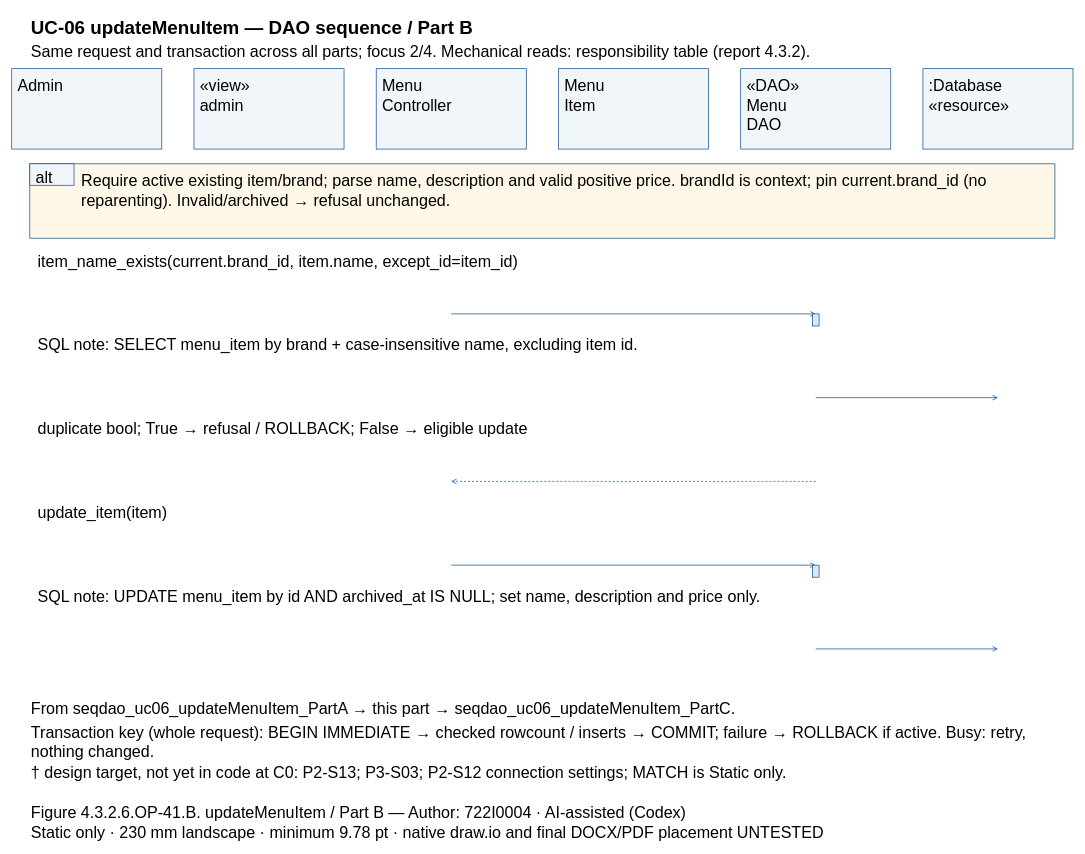
This is models/UC-06/seqdao_uc06_updateMenuItem_PartB.drawio from Dat071104/SaigonBite, a draw.io file, before an edit. Source tidied: cells renumbered, new cells numbered last; positions are measured from the earlier drawing's top-left corner, leaving out a move shared by most shapes. Both pictures are drawn from the tidied source at 67%, with x=0, y=0 at pixel (11, 11).
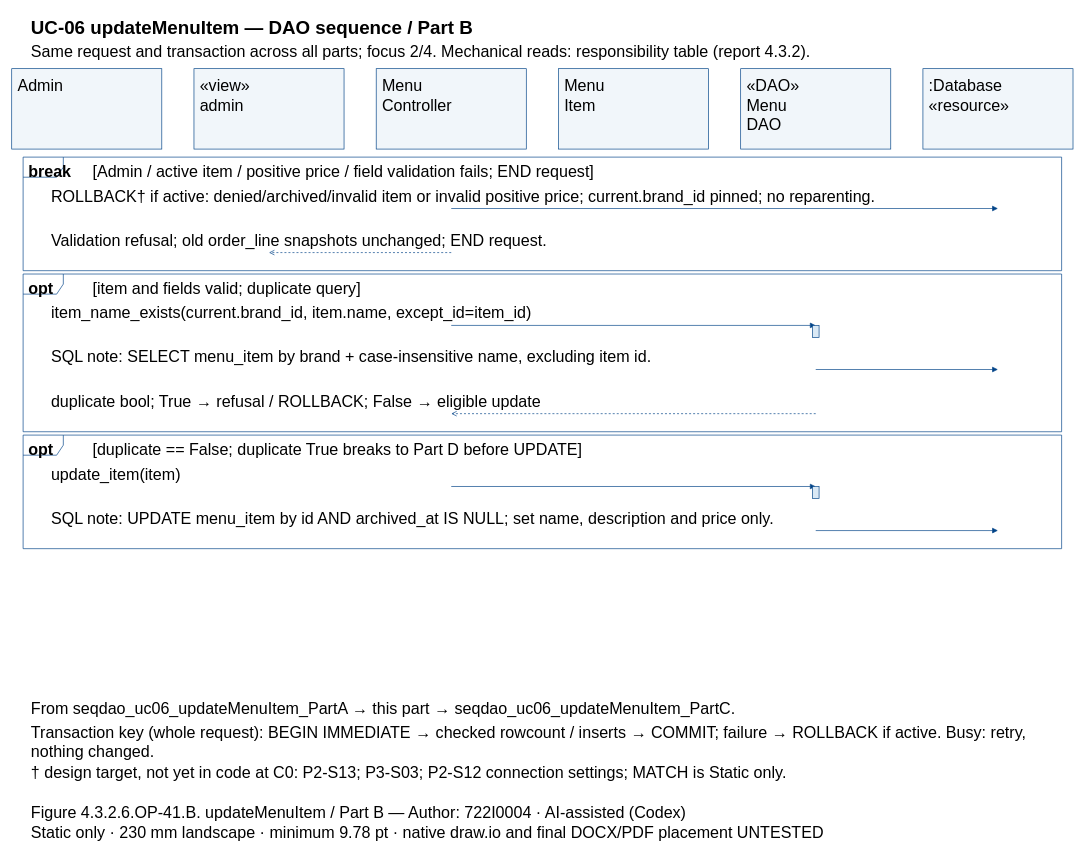
The same page after the edit.

Change to the diagram source:
```diff
@@
+    <mxCell id="47" style="shape=umlFrame;fillColor=none;strokeColor=#004387;" parent="1" vertex="1">
+      <mxGeometry x="17" y="217" width="1550" height="169.5" as="geometry" />
+    </mxCell>
+    <mxCell id="48" style="shape=umlFrame;fillColor=none;strokeColor=#004387;" parent="1" vertex="1">
+      <mxGeometry x="17" y="391.5" width="1550" height="235.4" as="geometry" />
+    </mxCell>
+    <mxCell id="49" style="shape=umlFrame;fillColor=none;strokeColor=#004387;" parent="1" vertex="1">
+      <mxGeometry x="17" y="631.9" width="1550" height="169.5" as="geometry" />
+    </mxCell>
@@
-    <mxCell id="15" value=":Database&#10;«resource»" style="text;html=0;whiteSpace=wrap;align=left;verticalAlign=top;strokeColor=none;fillColor=none;fontFamily=Arial;fontSize=24;fontStyle=0;" parent="1" vertex="1">
-      <mxGeometry x="1367" y="90" width="210" height="55.7" as="geometry" />
-    </mxCell>
-    <mxCell id="16" style="fillColor=#FFF8E9;strokeColor=#004387;" parent="1" vertex="1">
-      <mxGeometry x="27" y="227" width="1530" height="111" as="geometry" />
-    </mxCell>
-    <mxCell id="17" style="fillColor=#F1F6FA;strokeColor=#004387;" parent="1" vertex="1">
-      <mxGeometry x="27" y="227" width="66" height="32" as="geometry" />
-    </mxCell>
-    <mxCell id="18" value="alt" style="text;html=0;whiteSpace=wrap;align=left;verticalAlign=top;strokeColor=none;fillColor=none;fontFamily=Arial;fontSize=24;fontStyle=0;" parent="1" vertex="1">
-      <mxGeometry x="34" y="227" width="56" height="27.8" as="geometry" />
+    <mxCell id="18" value=":Database&#10;«resource»" style="text;html=0;whiteSpace=wrap;align=left;verticalAlign=top;strokeColor=none;fillColor=none;fontFamily=Arial;fontSize=24;fontStyle=0;" parent="1" vertex="1">
+      <mxGeometry x="1367" y="90" width="210" height="55.7" as="geometry" />
     </mxCell>
-    <mxCell id="19" value="Require active existing item/brand; parse name, description and valid positive price. brandId is context; pin current.brand_id (no&#10;reparenting). Invalid/archived → refusal unchanged." style="text;html=0;whiteSpace=wrap;align=left;verticalAlign=top;strokeColor=none;fillColor=none;fontFamily=Arial;fontSize=24;fontStyle=0;" parent="1" vertex="1">
-      <mxGeometry x="102" y="232" width="1440" height="55.7" as="geometry" />
-    </mxCell>
-    <mxCell id="20" value="item_name_exists(current.brand_id, item.name, except_id=item_id)" style="text;html=0;whiteSpace=wrap;align=left;verticalAlign=top;strokeColor=none;fillColor=none;fontFamily=Arial;fontSize=24;fontStyle=0;" parent="1" vertex="1">
-      <mxGeometry x="37" y="352" width="1510" height="27.8" as="geometry" />
-    </mxCell>
+    <mxCell id="50" value="break" style="text;html=0;whiteSpace=wrap;align=left;verticalAlign=top;strokeColor=none;fillColor=none;fontFamily=Arial;fontSize=24;fontStyle=1;" parent="1" vertex="1">
+      <mxGeometry x="23" y="218" width="84" height="27.8" as="geometry" />
+    </mxCell>
+    <mxCell id="51" value="[Admin / active item / positive price / field validation fails; END request]" style="text;html=0;whiteSpace=wrap;align=left;verticalAlign=top;strokeColor=none;fillColor=none;fontFamily=Arial;fontSize=24;fontStyle=0;" parent="1" vertex="1">
+      <mxGeometry x="119" y="218" width="1438" height="27.8" as="geometry" />
+    </mxCell>
+    <mxCell id="52" value="opt" style="text;html=0;whiteSpace=wrap;align=left;verticalAlign=top;strokeColor=none;fillColor=none;fontFamily=Arial;fontSize=24;fontStyle=1;" parent="1" vertex="1">
+      <mxGeometry x="23" y="392.5" width="84" height="27.8" as="geometry" />
+    </mxCell>
+    <mxCell id="53" value="[item and fields valid; duplicate query]" style="text;html=0;whiteSpace=wrap;align=left;verticalAlign=top;strokeColor=none;fillColor=none;fontFamily=Arial;fontSize=24;fontStyle=0;" parent="1" vertex="1">
+      <mxGeometry x="119" y="392.5" width="1438" height="27.8" as="geometry" />
+    </mxCell>
+    <mxCell id="54" value="opt" style="text;html=0;whiteSpace=wrap;align=left;verticalAlign=top;strokeColor=none;fillColor=none;fontFamily=Arial;fontSize=24;fontStyle=1;" parent="1" vertex="1">
+      <mxGeometry x="23" y="632.9" width="84" height="27.8" as="geometry" />
+    </mxCell>
+    <mxCell id="55" value="[duplicate == False; duplicate True breaks to Part D before UPDATE]" style="text;html=0;whiteSpace=wrap;align=left;verticalAlign=top;strokeColor=none;fillColor=none;fontFamily=Arial;fontSize=24;fontStyle=0;" parent="1" vertex="1">
+      <mxGeometry x="119" y="632.9" width="1438" height="27.8" as="geometry" />
+    </mxCell>
+    <mxCell id="29" value="ROLLBACK† if active: denied/archived/invalid item or invalid positive price; current.brand_id pinned; no reparenting." style="text;html=0;whiteSpace=wrap;align=left;verticalAlign=top;strokeColor=none;fillColor=none;fontFamily=Arial;fontSize=24;fontStyle=0;" parent="1" vertex="1">
+      <mxGeometry x="57" y="254.8" width="1470" height="27.8" as="geometry" />
+    </mxCell>
+    <mxCell id="56" style="opacity=0;" parent="1" vertex="1">
+      <mxGeometry x="656" y="293.7" as="geometry" />
+    </mxCell>
+    <mxCell id="57" style="opacity=0;" parent="1" vertex="1">
+      <mxGeometry x="1472" y="293.7" as="geometry" />
+    </mxCell>
+    <mxCell id="58" style="edgeStyle=none;endArrow=block;endFill=1;strokeColor=#004387;exitX=0.5;entryX=0.5;exitPerimeter=0;entryPerimeter=0;" parent="1" edge="1" source="56" target="57">
+      <mxGeometry relative="1" as="geometry" />
+    </mxCell>
+    <mxCell id="33" value="Validation refusal; old order_line snapshots unchanged; END request." style="text;html=0;whiteSpace=wrap;align=left;verticalAlign=top;strokeColor=none;fillColor=none;fontFamily=Arial;fontSize=24;fontStyle=0;" parent="1" vertex="1">
+      <mxGeometry x="57" y="320.7" width="1470" height="27.8" as="geometry" />
+    </mxCell>
     <mxCell id="21" style="opacity=0;" parent="1" vertex="1">
-      <mxGeometry x="656" y="451" as="geometry" />
+      <mxGeometry x="656" y="359.5" as="geometry" />
     </mxCell>
     <mxCell id="22" style="opacity=0;" parent="1" vertex="1">
-      <mxGeometry x="1200" y="451" as="geometry" />
+      <mxGeometry x="384" y="359.5" as="geometry" />
     </mxCell>
-    <mxCell id="23" style="edgeStyle=none;endArrow=open;strokeColor=#004387;exitX=0.5;entryX=0.5;exitPerimeter=0;entryPerimeter=0;" parent="1" edge="1" source="21" target="22">
+    <mxCell id="23" style="edgeStyle=none;endArrow=open;endFill=0;strokeColor=#004387;dashed=1;exitX=0.5;entryX=0.5;exitPerimeter=0;entryPerimeter=0;" parent="1" edge="1" source="21" target="22">
       <mxGeometry relative="1" as="geometry" />
     </mxCell>
-    <mxCell id="24" style="fillColor=#DAE9F5;strokeColor=#004387;" parent="1" vertex="1">
-      <mxGeometry x="1195" y="451" width="10" height="18" as="geometry" />
-    </mxCell>
-    <mxCell id="25" value="SQL note: SELECT menu_item by brand + case-insensitive name, excluding item id." style="text;html=0;whiteSpace=wrap;align=left;verticalAlign=top;strokeColor=none;fillColor=none;fontFamily=Arial;fontSize=24;fontStyle=0;" parent="1" vertex="1">
-      <mxGeometry x="37" y="477" width="1510" height="27.8" as="geometry" />
-    </mxCell>
+    <mxCell id="20" value="item_name_exists(current.brand_id, item.name, except_id=item_id)" style="text;html=0;whiteSpace=wrap;align=left;verticalAlign=top;strokeColor=none;fillColor=none;fontFamily=Arial;fontSize=24;fontStyle=0;" parent="1" vertex="1">
+      <mxGeometry x="57" y="429.4" width="1470" height="27.8" as="geometry" />
+    </mxCell>
     <mxCell id="26" style="opacity=0;" parent="1" vertex="1">
-      <mxGeometry x="1200" y="576" as="geometry" />
+      <mxGeometry x="656" y="468.2" as="geometry" />
     </mxCell>
     <mxCell id="27" style="opacity=0;" parent="1" vertex="1">
-      <mxGeometry x="1472" y="576" as="geometry" />
+      <mxGeometry x="1200" y="468.2" as="geometry" />
     </mxCell>
-    <mxCell id="28" style="edgeStyle=none;endArrow=open;strokeColor=#004387;exitX=0.5;entryX=0.5;exitPerimeter=0;entryPerimeter=0;" parent="1" edge="1" source="26" target="27">
+    <mxCell id="28" style="edgeStyle=none;endArrow=block;endFill=1;strokeColor=#004387;exitX=0.5;entryX=0.5;exitPerimeter=0;entryPerimeter=0;" parent="1" edge="1" source="26" target="27">
       <mxGeometry relative="1" as="geometry" />
     </mxCell>
-    <mxCell id="29" value="duplicate bool; True → refusal / ROLLBACK; False → eligible update" style="text;html=0;whiteSpace=wrap;align=left;verticalAlign=top;strokeColor=none;fillColor=none;fontFamily=Arial;fontSize=24;fontStyle=0;" parent="1" vertex="1">
-      <mxGeometry x="37" y="602" width="1510" height="27.8" as="geometry" />
-    </mxCell>
+    <mxCell id="59" style="fillColor=#DAE9F5;strokeColor=#004387;" parent="1" vertex="1">
+      <mxGeometry x="1195" y="468.2" width="10" height="18" as="geometry" />
+    </mxCell>
+    <mxCell id="42" value="SQL note: SELECT menu_item by brand + case-insensitive name, excluding item id." style="text;html=0;whiteSpace=wrap;align=left;verticalAlign=top;strokeColor=none;fillColor=none;fontFamily=Arial;fontSize=24;fontStyle=0;" parent="1" vertex="1">
+      <mxGeometry x="57" y="495.2" width="1470" height="27.8" as="geometry" />
+    </mxCell>
     <mxCell id="30" style="opacity=0;" parent="1" vertex="1">
-      <mxGeometry x="1200" y="701" as="geometry" />
+      <mxGeometry x="1200" y="534" as="geometry" />
     </mxCell>
     <mxCell id="31" style="opacity=0;" parent="1" vertex="1">
-      <mxGeometry x="656" y="701" as="geometry" />
+      <mxGeometry x="1472" y="534" as="geometry" />
     </mxCell>
-    <mxCell id="32" style="edgeStyle=none;endArrow=open;strokeColor=#004387;dashed=1;exitX=0.5;entryX=0.5;exitPerimeter=0;entryPerimeter=0;" parent="1" edge="1" source="30" target="31">
+    <mxCell id="32" style="edgeStyle=none;endArrow=block;endFill=1;strokeColor=#004387;exitX=0.5;entryX=0.5;exitPerimeter=0;entryPerimeter=0;" parent="1" edge="1" source="30" target="31">
       <mxGeometry relative="1" as="geometry" />
     </mxCell>
-    <mxCell id="33" value="update_item(item)" style="text;html=0;whiteSpace=wrap;align=left;verticalAlign=top;strokeColor=none;fillColor=none;fontFamily=Arial;fontSize=24;fontStyle=0;" parent="1" vertex="1">
-      <mxGeometry x="37" y="727" width="1510" height="27.8" as="geometry" />
-    </mxCell>
+    <mxCell id="44" value="duplicate bool; True → refusal / ROLLBACK; False → eligible update" style="text;html=0;whiteSpace=wrap;align=left;verticalAlign=top;strokeColor=none;fillColor=none;fontFamily=Arial;fontSize=24;fontStyle=0;" parent="1" vertex="1">
+      <mxGeometry x="57" y="561" width="1470" height="27.8" as="geometry" />
+    </mxCell>
     <mxCell id="34" style="opacity=0;" parent="1" vertex="1">
-      <mxGeometry x="656" y="826" as="geometry" />
+      <mxGeometry x="1200" y="599.9" as="geometry" />
     </mxCell>
     <mxCell id="35" style="opacity=0;" parent="1" vertex="1">
-      <mxGeometry x="1200" y="826" as="geometry" />
+      <mxGeometry x="656" y="599.9" as="geometry" />
     </mxCell>
-    <mxCell id="36" style="edgeStyle=none;endArrow=open;strokeColor=#004387;exitX=0.5;entryX=0.5;exitPerimeter=0;entryPerimeter=0;" parent="1" edge="1" source="34" target="35">
+    <mxCell id="36" style="edgeStyle=none;endArrow=open;endFill=0;strokeColor=#004387;dashed=1;exitX=0.5;entryX=0.5;exitPerimeter=0;entryPerimeter=0;" parent="1" edge="1" source="34" target="35">
       <mxGeometry relative="1" as="geometry" />
     </mxCell>
-    <mxCell id="37" style="fillColor=#DAE9F5;strokeColor=#004387;" parent="1" vertex="1">
-      <mxGeometry x="1195" y="826" width="10" height="18" as="geometry" />
-    </mxCell>
-    <mxCell id="38" value="SQL note: UPDATE menu_item by id AND archived_at IS NULL; set name, description and price only." style="text;html=0;whiteSpace=wrap;align=left;verticalAlign=top;strokeColor=none;fillColor=none;fontFamily=Arial;fontSize=24;fontStyle=0;" parent="1" vertex="1">
-      <mxGeometry x="37" y="852" width="1510" height="27.8" as="geometry" />
-    </mxCell>
+    <mxCell id="46" value="update_item(item)" style="text;html=0;whiteSpace=wrap;align=left;verticalAlign=top;strokeColor=none;fillColor=none;fontFamily=Arial;fontSize=24;fontStyle=0;" parent="1" vertex="1">
+      <mxGeometry x="57" y="669.7" width="1470" height="27.8" as="geometry" />
+    </mxCell>
     <mxCell id="39" style="opacity=0;" parent="1" vertex="1">
-      <mxGeometry x="1200" y="951" as="geometry" />
+      <mxGeometry x="656" y="708.6" as="geometry" />
     </mxCell>
     <mxCell id="40" style="opacity=0;" parent="1" vertex="1">
-      <mxGeometry x="1472" y="951" as="geometry" />
+      <mxGeometry x="1200" y="708.6" as="geometry" />
     </mxCell>
-    <mxCell id="41" style="edgeStyle=none;endArrow=open;strokeColor=#004387;exitX=0.5;entryX=0.5;exitPerimeter=0;entryPerimeter=0;" parent="1" edge="1" source="39" target="40">
+    <mxCell id="41" style="edgeStyle=none;endArrow=block;endFill=1;strokeColor=#004387;exitX=0.5;entryX=0.5;exitPerimeter=0;entryPerimeter=0;" parent="1" edge="1" source="39" target="40">
       <mxGeometry relative="1" as="geometry" />
     </mxCell>
-    <mxCell id="42" value="From seqdao_uc06_updateMenuItem_PartA → this part → seqdao_uc06_updateMenuItem_PartC." style="text;html=0;whiteSpace=wrap;align=left;verticalAlign=top;strokeColor=none;fillColor=none;fontFamily=Arial;fontSize=24;fontStyle=0;" parent="1" vertex="1">
-      <mxGeometry x="27" y="1020" width="1530" height="27.8" as="geometry" />
-    </mxCell>
+    <mxCell id="60" style="fillColor=#DAE9F5;strokeColor=#004387;" parent="1" vertex="1">
+      <mxGeometry x="1195" y="708.6" width="10" height="18" as="geometry" />
+    </mxCell>
+    <mxCell id="38" value="SQL note: UPDATE menu_item by id AND archived_at IS NULL; set name, description and price only." style="text;html=0;whiteSpace=wrap;align=left;verticalAlign=top;strokeColor=none;fillColor=none;fontFamily=Arial;fontSize=24;fontStyle=0;" parent="1" vertex="1">
+      <mxGeometry x="57" y="735.6" width="1470" height="27.8" as="geometry" />
+    </mxCell>
+    <mxCell id="61" style="opacity=0;" parent="1" vertex="1">
+      <mxGeometry x="1200" y="774.4" as="geometry" />
+    </mxCell>
+    <mxCell id="62" style="opacity=0;" parent="1" vertex="1">
+      <mxGeometry x="1472" y="774.4" as="geometry" />
+    </mxCell>
+    <mxCell id="63" style="edgeStyle=none;endArrow=block;endFill=1;strokeColor=#004387;exitX=0.5;entryX=0.5;exitPerimeter=0;entryPerimeter=0;" parent="1" edge="1" source="61" target="62">
+      <mxGeometry relative="1" as="geometry" />
+    </mxCell>
+    <mxCell id="64" value="From seqdao_uc06_updateMenuItem_PartA → this part → seqdao_uc06_updateMenuItem_PartC." style="text;html=0;whiteSpace=wrap;align=left;verticalAlign=top;strokeColor=none;fillColor=none;fontFamily=Arial;fontSize=24;fontStyle=0;" parent="1" vertex="1">
+      <mxGeometry x="27" y="1020" width="1530" height="27.8" as="geometry" />
+    </mxCell>
@@
-    <mxCell id="44" value="† design target, not yet in code at C0: P2-S13; P3-S03; P2-S12 connection settings; MATCH is Static only." style="text;html=0;whiteSpace=wrap;align=left;verticalAlign=top;strokeColor=none;fillColor=none;fontFamily=Arial;fontSize=24;fontStyle=0;" parent="1" vertex="1">
-      <mxGeometry x="27" y="1115" width="1530" height="27.8" as="geometry" />
-    </mxCell>
+    <mxCell id="65" value="† design target, not yet in code at C0: P2-S13; P3-S03; P2-S12 connection settings; MATCH is Static only." style="text;html=0;whiteSpace=wrap;align=left;verticalAlign=top;strokeColor=none;fillColor=none;fontFamily=Arial;fontSize=24;fontStyle=0;" parent="1" vertex="1">
+      <mxGeometry x="27" y="1115" width="1530" height="27.8" as="geometry" />
+    </mxCell>
@@
-    <mxCell id="46" value="Static only · 230 mm landscape · minimum 9.78 pt · native draw.io and final DOCX/PDF placement UNTESTED" style="text;html=0;whiteSpace=wrap;align=left;verticalAlign=top;strokeColor=none;fillColor=none;fontFamily=Arial;fontSize=24;fontStyle=0;" parent="1" vertex="1">
-      <mxGeometry x="27" y="1205" width="1530" height="27.8" as="geometry" />
-    </mxCell>
+    <mxCell id="66" value="Static only · 230 mm landscape · minimum 9.78 pt · native draw.io and final DOCX/PDF placement UNTESTED" style="text;html=0;whiteSpace=wrap;align=left;verticalAlign=top;strokeColor=none;fillColor=none;fontFamily=Arial;fontSize=24;fontStyle=0;" parent="1" vertex="1">
+      <mxGeometry x="27" y="1205" width="1530" height="27.8" as="geometry" />
+    </mxCell>
```
